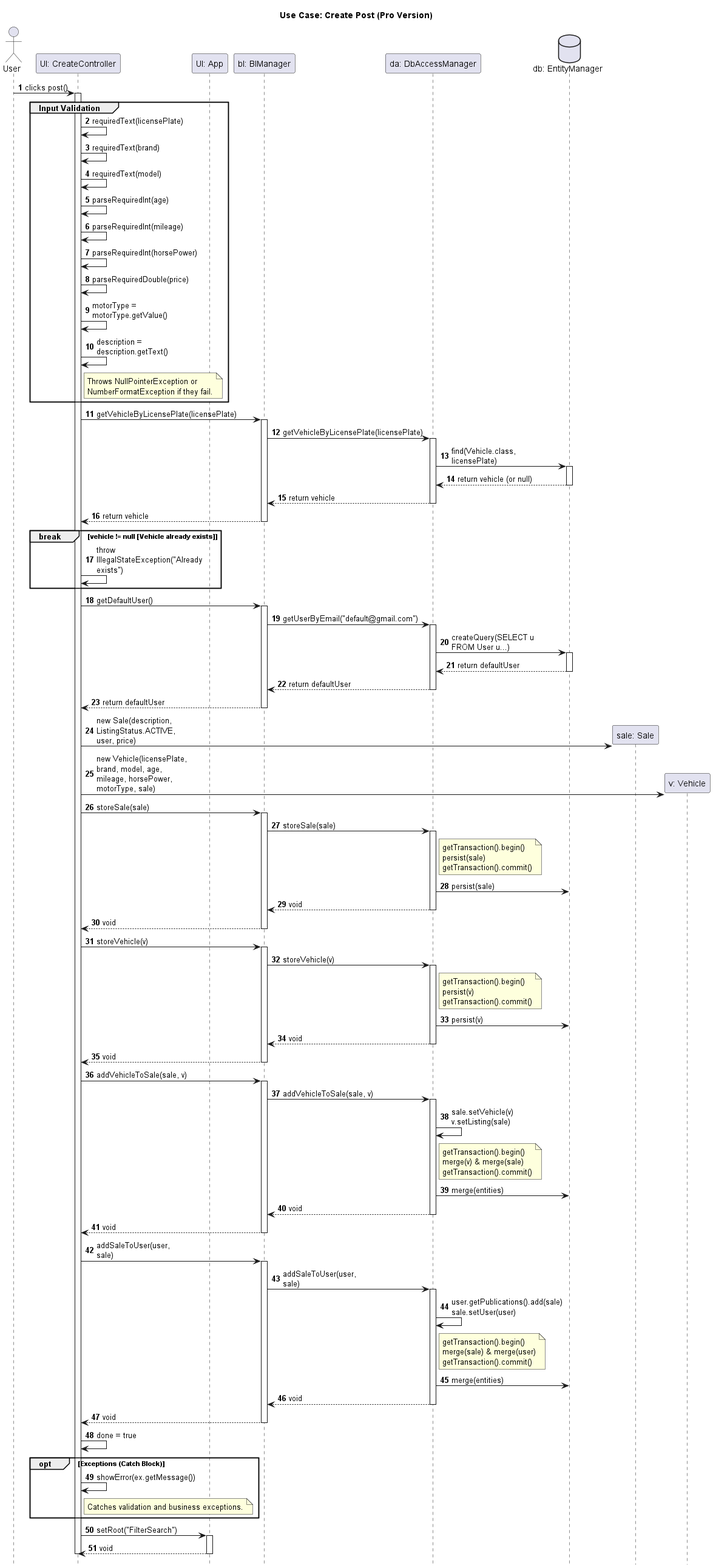
Before: docs/createPost()_SequenceDiagram.png, a diagram exported from PlantUML (Borobil21/LezoProject). Source of this version:
```plantuml
@startuml
hide footbox
autonumber
skinparam maxMessageSize 150
title Use Case: Create Post (Pro Version)

actor User
participant "UI: CreateController" as UI
participant "UI: App" as App
participant "bl: BlManager" as BL
participant "da: DbAccessManager" as DA
database "db: EntityManager" as DB
participant "sale: Sale" as SALE
participant "v: Vehicle" as V

User -> UI : clicks post()
activate UI

group Input Validation
    UI -> UI : requiredText(licensePlate)
    UI -> UI : requiredText(brand)
    UI -> UI : requiredText(model)
    UI -> UI : parseRequiredInt(age)
    UI -> UI : parseRequiredInt(mileage)
    UI -> UI : parseRequiredInt(horsePower)
    UI -> UI : parseRequiredDouble(price)
    UI -> UI : motorType = motorType.getValue()
    UI -> UI : description = description.getText()
        note right of UI
            Throws NullPointerException or
            NumberFormatException if they fail.
        end note
end

UI -> BL : getVehicleByLicensePlate(licensePlate)
activate BL
BL -> DA : getVehicleByLicensePlate(licensePlate)
activate DA
DA -> DB : find(Vehicle.class, licensePlate)
activate DB
DB --> DA : return vehicle (or null)
deactivate DB
DA --> BL : return vehicle
deactivate DA
BL --> UI : return vehicle
deactivate BL

break vehicle != null [Vehicle already exists]
    UI -> UI : throw IllegalStateException("Already exists")
end

UI -> BL : getDefaultUser()
    activate BL
    BL -> DA : getUserByEmail("default@gmail.com")
    activate DA
    DA -> DB : createQuery(SELECT u FROM User u...)
    activate DB
    DB --> DA : return defaultUser
    deactivate DB
    DA --> BL : return defaultUser
    deactivate DA
    BL --> UI : return defaultUser
    deactivate BL

    create SALE
    UI -> SALE : new Sale(description, ListingStatus.ACTIVE, user, price)
    create V
    UI -> V : new Vehicle(licensePlate, brand, model, age, mileage, horsePower, motorType, sale)

    UI -> BL : storeSale(sale)
    activate BL
    BL -> DA : storeSale(sale)
    activate DA
    note right of DA: getTransaction().begin()\npersist(sale)\ngetTransaction().commit()
    DA -> DB : persist(sale)
    DA --> BL : void
    deactivate DA
    BL --> UI : void
    deactivate BL

    UI -> BL : storeVehicle(v)
    activate BL
    BL -> DA : storeVehicle(v)
    activate DA
    note right of DA: getTransaction().begin()\npersist(v)\ngetTransaction().commit()
    DA -> DB : persist(v)
    DA --> BL : void
    deactivate DA
    BL --> UI : void
    deactivate BL

    UI -> BL : addVehicleToSale(sale, v)
    activate BL
    BL -> DA : addVehicleToSale(sale, v)
    activate DA
    DA -> DA : sale.setVehicle(v)\nv.setListing(sale)
    note right of DA: getTransaction().begin()\nmerge(v) & merge(sale)\ngetTransaction().commit()
    DA -> DB : merge(entities)
    DA --> BL : void
    deactivate DA
    BL --> UI : void
    deactivate BL

    UI -> BL : addSaleToUser(user, sale)
    activate BL
    BL -> DA : addSaleToUser(user, sale)
    activate DA
    DA -> DA : user.getPublications().add(sale)\nsale.setUser(user)
    note right of DA: getTransaction().begin()\nmerge(sale) & merge(user)\ngetTransaction().commit()
    DA -> DB : merge(entities)
    DA --> BL : void
    deactivate DA
    BL --> UI : void
    deactivate BL

UI -> UI : done = true

opt Exceptions (Catch Block)
    UI -> UI : showError(ex.getMessage())
    note right of UI: Catches validation and business exceptions.
end

UI -> App : setRoot("FilterSearch")
activate App
App --> UI : void
deactivate App

deactivate UI
@enduml
```
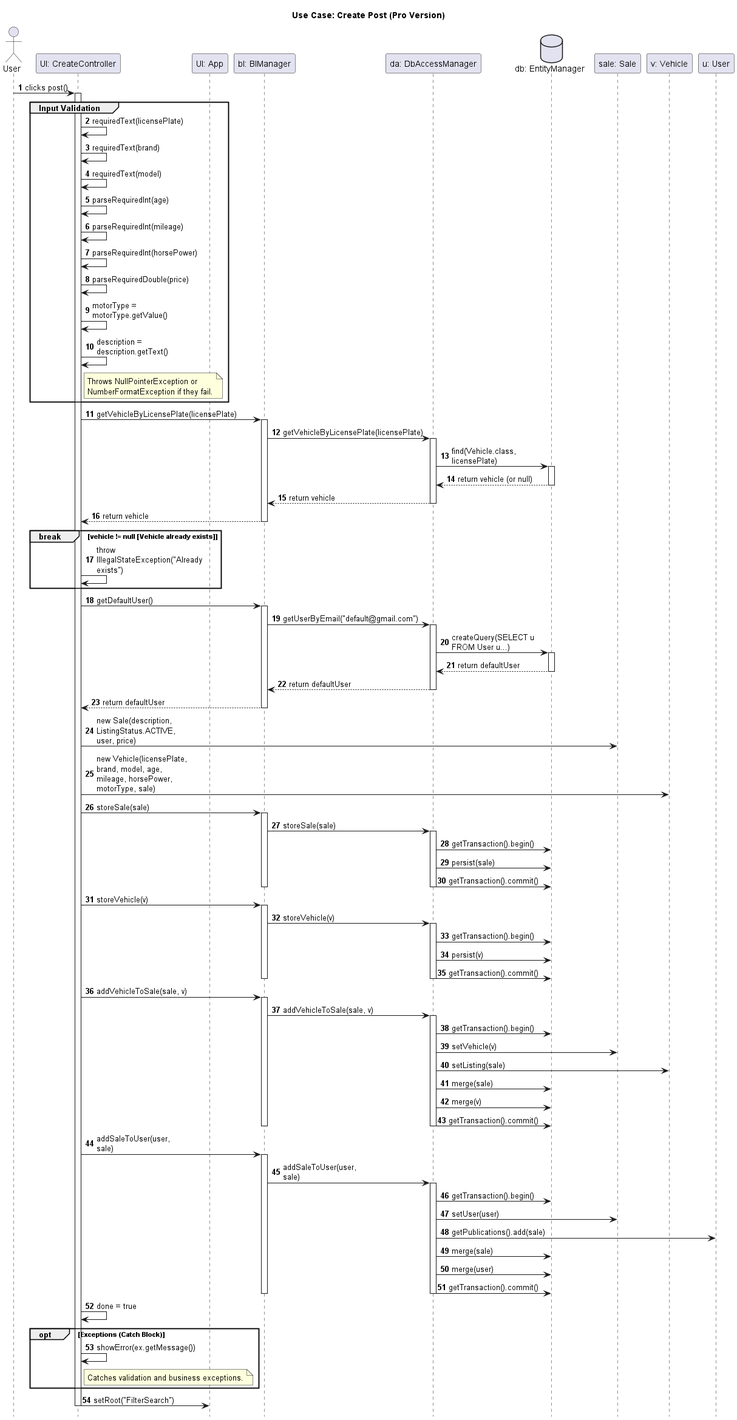
The same diagram one commit later.

Commit message:
Correct sequence diagram

The edit, as a diff of the source:
```diff
@@ -12,6 +12,7 @@
 database "db: EntityManager" as DB
 participant "sale: Sale" as SALE
 participant "v: Vehicle" as V
+participant "u: User" as U
 
 User -> UI : clicks post()
 activate UI
@@ -62,55 +63,53 @@
     BL --> UI : return defaultUser
     deactivate BL
 
-    create SALE
     UI -> SALE : new Sale(description, ListingStatus.ACTIVE, user, price)
-    create V
     UI -> V : new Vehicle(licensePlate, brand, model, age, mileage, horsePower, motorType, sale)
 
     UI -> BL : storeSale(sale)
     activate BL
     BL -> DA : storeSale(sale)
     activate DA
-    note right of DA: getTransaction().begin()\npersist(sale)\ngetTransaction().commit()
+    DA -> DB : getTransaction().begin()
     DA -> DB : persist(sale)
-    DA --> BL : void
+    DA -> DB : getTransaction().commit()
     deactivate DA
-    BL --> UI : void
     deactivate BL
 
     UI -> BL : storeVehicle(v)
     activate BL
     BL -> DA : storeVehicle(v)
     activate DA
-    note right of DA: getTransaction().begin()\npersist(v)\ngetTransaction().commit()
+    DA -> DB : getTransaction().begin()
     DA -> DB : persist(v)
-    DA --> BL : void
+    DA -> DB : getTransaction().commit()
     deactivate DA
-    BL --> UI : void
     deactivate BL
 
     UI -> BL : addVehicleToSale(sale, v)
     activate BL
     BL -> DA : addVehicleToSale(sale, v)
     activate DA
-    DA -> DA : sale.setVehicle(v)\nv.setListing(sale)
-    note right of DA: getTransaction().begin()\nmerge(v) & merge(sale)\ngetTransaction().commit()
-    DA -> DB : merge(entities)
-    DA --> BL : void
+    DA -> DB : getTransaction().begin()
+    DA -> SALE : setVehicle(v)
+    DA -> V : setListing(sale)
+    DA -> DB : merge(sale)
+    DA -> DB : merge(v)
+    DA -> DB : getTransaction().commit()
     deactivate DA
-    BL --> UI : void
     deactivate BL
 
     UI -> BL : addSaleToUser(user, sale)
     activate BL
     BL -> DA : addSaleToUser(user, sale)
     activate DA
-    DA -> DA : user.getPublications().add(sale)\nsale.setUser(user)
-    note right of DA: getTransaction().begin()\nmerge(sale) & merge(user)\ngetTransaction().commit()
-    DA -> DB : merge(entities)
-    DA --> BL : void
+    DA -> DB : getTransaction().begin()
+    DA -> SALE : setUser(user)
+    DA -> U : getPublications().add(sale)
+    DA -> DB : merge(sale)
+    DA -> DB : merge(user)
+    DA -> DB : getTransaction().commit()
     deactivate DA
-    BL --> UI : void
     deactivate BL
 
 UI -> UI : done = true
@@ -121,9 +120,6 @@
 end
 
 UI -> App : setRoot("FilterSearch")
-activate App
-App --> UI : void
-deactivate App
 
 deactivate UI
 @enduml
```
